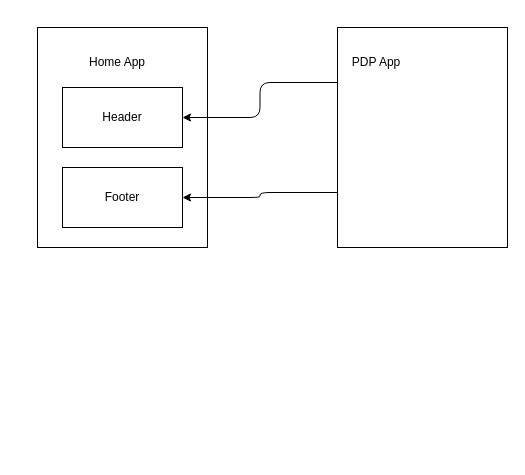
This is page "Module Federation" (4 of 5) of architecture.dio from Nghe-Thi-Thanh-Tam/micro-fe, a draw.io file, before an edit. Source tidied: cells renumbered, new cells numbered last; positions are measured from the earlier drawing's top-left corner, leaving out a move shared by most shapes. Both pictures are drawn from the tidied source at 100%, with x=0, y=0 at pixel (37, 27).
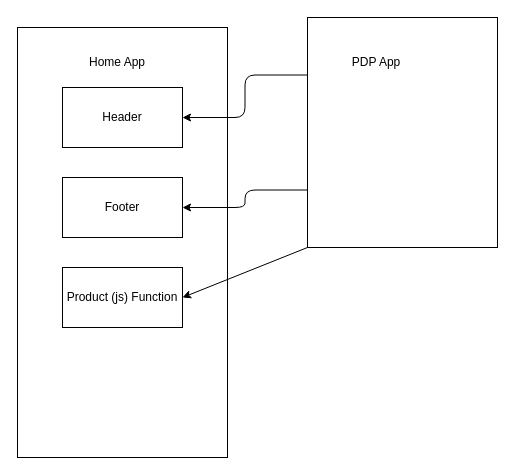
After the change.

Change to the diagram source:
```diff
@@
 <mxGraphModel>
   <root>
     <mxCell id="0" />
     <mxCell id="1" parent="0" />
     <mxCell id="2" style="rounded=0;whiteSpace=wrap;html=1;" parent="1" vertex="1">
-      <mxGeometry width="170" height="220" as="geometry" />
+      <mxGeometry x="-20" width="210" height="430" as="geometry" />
     </mxCell>
     <mxCell id="3" value="Home App" style="text;html=1;strokeColor=none;fillColor=none;align=center;verticalAlign=middle;whiteSpace=wrap;rounded=0;" parent="1" vertex="1">
       <mxGeometry x="50" y="20" width="60" height="30" as="geometry" />
     </mxCell>
     <mxCell id="4" value="Header" style="rounded=0;whiteSpace=wrap;html=1;" parent="1" vertex="1">
       <mxGeometry x="25" y="60" width="120" height="60" as="geometry" />
     </mxCell>
     <mxCell id="5" value="Footer" style="rounded=0;whiteSpace=wrap;html=1;" parent="1" vertex="1">
-      <mxGeometry x="25" y="140" width="120" height="60" as="geometry" />
+      <mxGeometry x="25" y="150" width="120" height="60" as="geometry" />
     </mxCell>
     <mxCell id="6" style="edgeStyle=orthogonalEdgeStyle;html=1;exitX=0;exitY=0.25;exitDx=0;exitDy=0;entryX=1;entryY=0.5;entryDx=0;entryDy=0;" parent="1" edge="1" source="8" target="4">
       <mxGeometry relative="1" as="geometry" />
     </mxCell>
     <mxCell id="7" style="edgeStyle=orthogonalEdgeStyle;html=1;exitX=0;exitY=0.75;exitDx=0;exitDy=0;entryX=1;entryY=0.5;entryDx=0;entryDy=0;" parent="1" edge="1" source="8" target="5">
       <mxGeometry relative="1" as="geometry" />
     </mxCell>
+    <mxCell id="10" style="edgeStyle=none;html=1;exitX=0;exitY=1;exitDx=0;exitDy=0;entryX=1;entryY=0.5;entryDx=0;entryDy=0;" parent="1" edge="1" source="8" target="11">
+      <mxGeometry relative="1" as="geometry" />
+    </mxCell>
     <mxCell id="8" style="rounded=0;whiteSpace=wrap;html=1;" parent="1" vertex="1">
-      <mxGeometry x="300" width="170" height="220" as="geometry" />
+      <mxGeometry x="270" y="-10" width="190" height="230" as="geometry" />
     </mxCell>
     <mxCell id="9" value="PDP App" style="text;html=1;strokeColor=none;fillColor=none;align=center;verticalAlign=middle;whiteSpace=wrap;rounded=0;" parent="1" vertex="1">
       <mxGeometry x="309" y="20" width="60" height="30" as="geometry" />
     </mxCell>
+    <mxCell id="11" value="Product (js) Function" style="rounded=0;whiteSpace=wrap;html=1;" parent="1" vertex="1">
+      <mxGeometry x="25" y="240" width="120" height="60" as="geometry" />
+    </mxCell>
   </root>
 </mxGraphModel>
```
